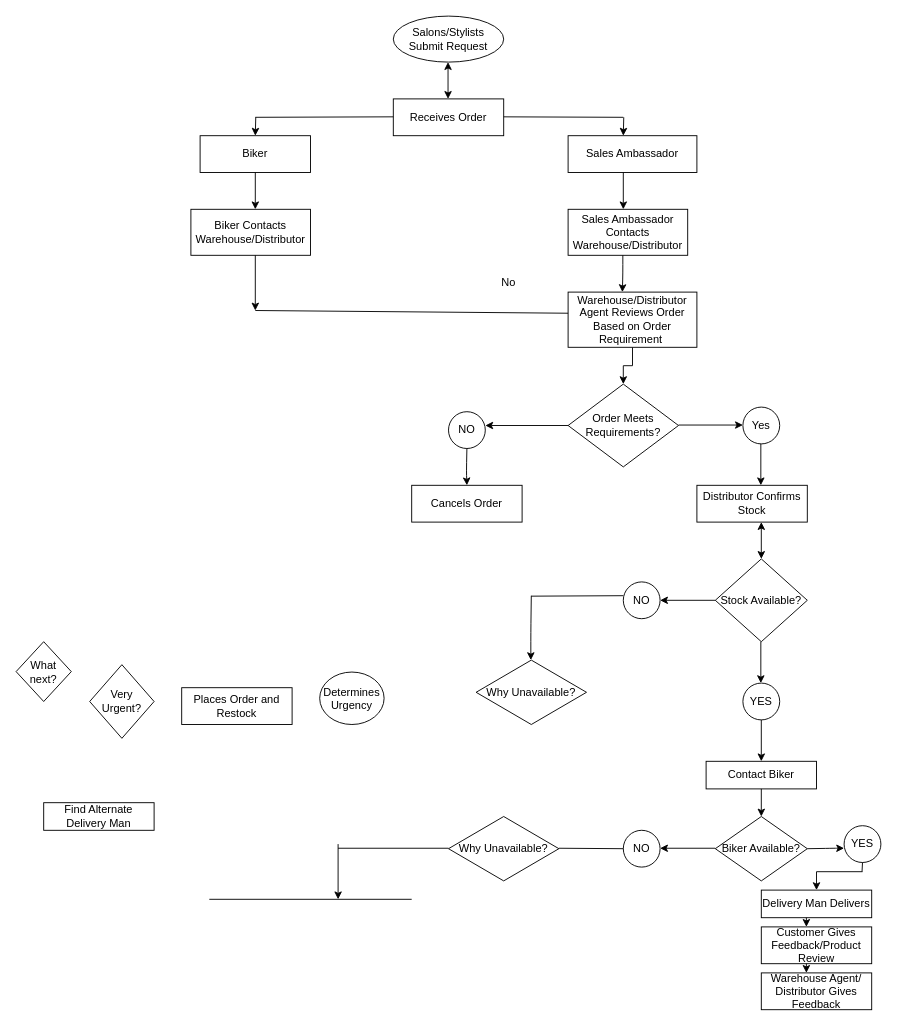
This is Untitled Diagram.drawio from Meiyoure/ddl_internship_quiz, a draw.io file, before an edit. Source tidied: cells renumbered, new cells numbered last; positions are measured from the earlier drawing's top-left corner, leaving out a move shared by most shapes. Both pictures are drawn from the tidied source at 92%, with x=0, y=0 at pixel (16, 16).
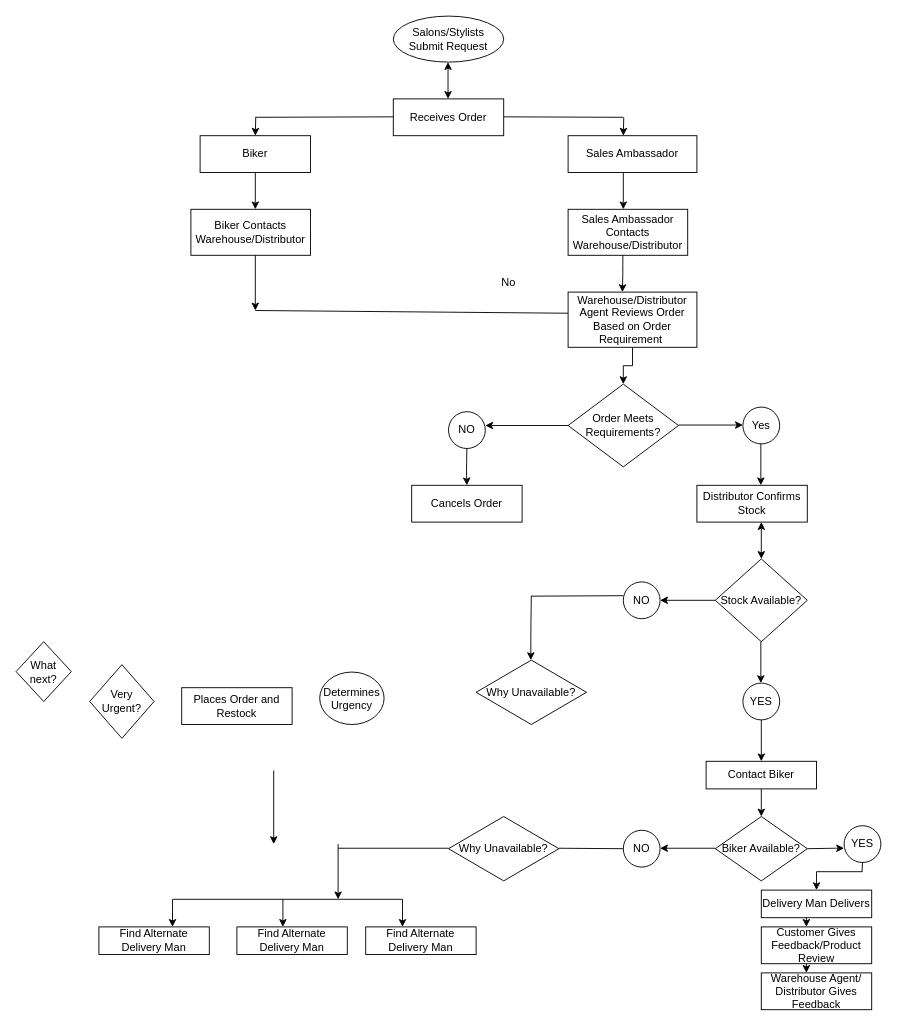
The same page after the edit.

What changed in the source:
```diff
@@
     <mxCell id="23" value="Find Alternate Delivery Man" style="rounded=0;whiteSpace=wrap;html=1;" parent="1" vertex="1">
-      <mxGeometry x="30" y="855" width="120" height="30" as="geometry" />
+      <mxGeometry x="90" y="990" width="120" height="30" as="geometry" />
     </mxCell>
@@
     <mxCell id="64" style="endArrow=none;html=1;" parent="1" edge="1">
       <mxGeometry relative="1" as="geometry">
-        <mxPoint x="210" y="960" as="sourcePoint" />
-        <mxPoint x="430" y="960" as="targetPoint" />
+        <mxPoint x="170" y="960" as="sourcePoint" />
+        <mxPoint x="420" y="960" as="targetPoint" />
       </mxGeometry>
     </mxCell>
+    <mxCell id="65" value="Find Alternate Delivery Man" style="rounded=0;whiteSpace=wrap;html=1;" parent="1" vertex="1">
+      <mxGeometry x="240" y="990" width="120" height="30" as="geometry" />
+    </mxCell>
+    <mxCell id="66" value="Find Alternate Delivery Man" style="rounded=0;whiteSpace=wrap;html=1;" parent="1" vertex="1">
+      <mxGeometry x="380" y="990" width="120" height="30" as="geometry" />
+    </mxCell>
+    <mxCell id="67" style="endArrow=classic;html=1;" parent="1" edge="1">
+      <mxGeometry relative="1" as="geometry">
+        <mxPoint x="280" y="820" as="sourcePoint" />
+        <mxPoint x="280" y="900" as="targetPoint" />
+      </mxGeometry>
+    </mxCell>
+    <mxCell id="68" style="endArrow=classic;html=1;" parent="1" edge="1">
+      <mxGeometry relative="1" as="geometry">
+        <mxPoint x="290" y="960" as="sourcePoint" />
+        <mxPoint x="290" y="990" as="targetPoint" />
+      </mxGeometry>
+    </mxCell>
+    <mxCell id="69" style="endArrow=classic;html=1;" parent="1" edge="1">
+      <mxGeometry relative="1" as="geometry">
+        <mxPoint x="420" y="960" as="sourcePoint" />
+        <mxPoint x="420" y="990" as="targetPoint" />
+      </mxGeometry>
+    </mxCell>
+    <mxCell id="70" style="endArrow=classic;html=1;" parent="1" edge="1">
+      <mxGeometry relative="1" as="geometry">
+        <mxPoint x="170" y="960" as="sourcePoint" />
+        <mxPoint x="170" y="990" as="targetPoint" />
+      </mxGeometry>
+    </mxCell>
```
